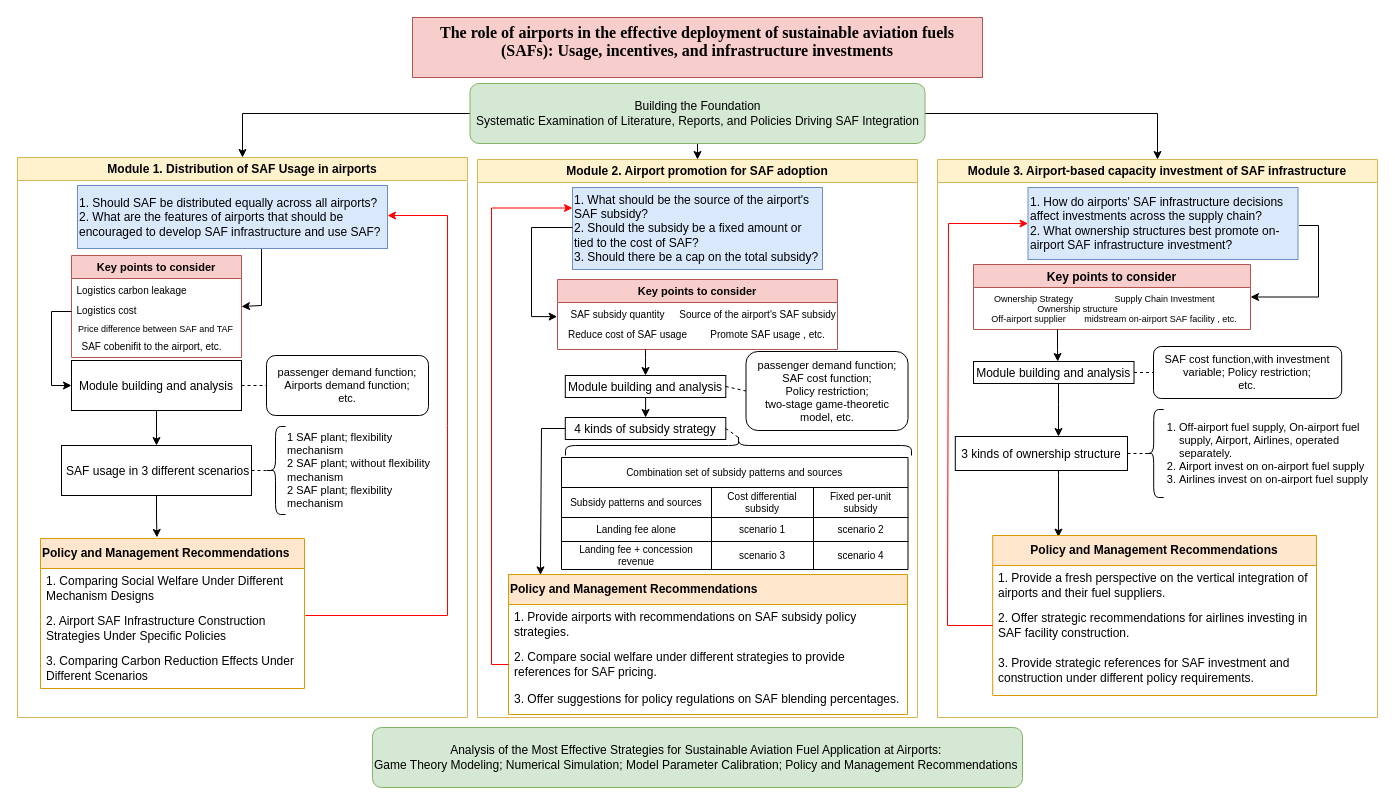
HengfeiMa95/paper-reading keeps this draw.io diagram as 技术路线图.drawio. Above is the earlier version. Source tidied: cells renumbered, new cells numbered last; positions are measured from the earlier drawing's top-left corner, leaving out a move shared by most shapes. Both pictures are drawn from the tidied source at 100%, with x=0, y=0 at pixel (17, 17).
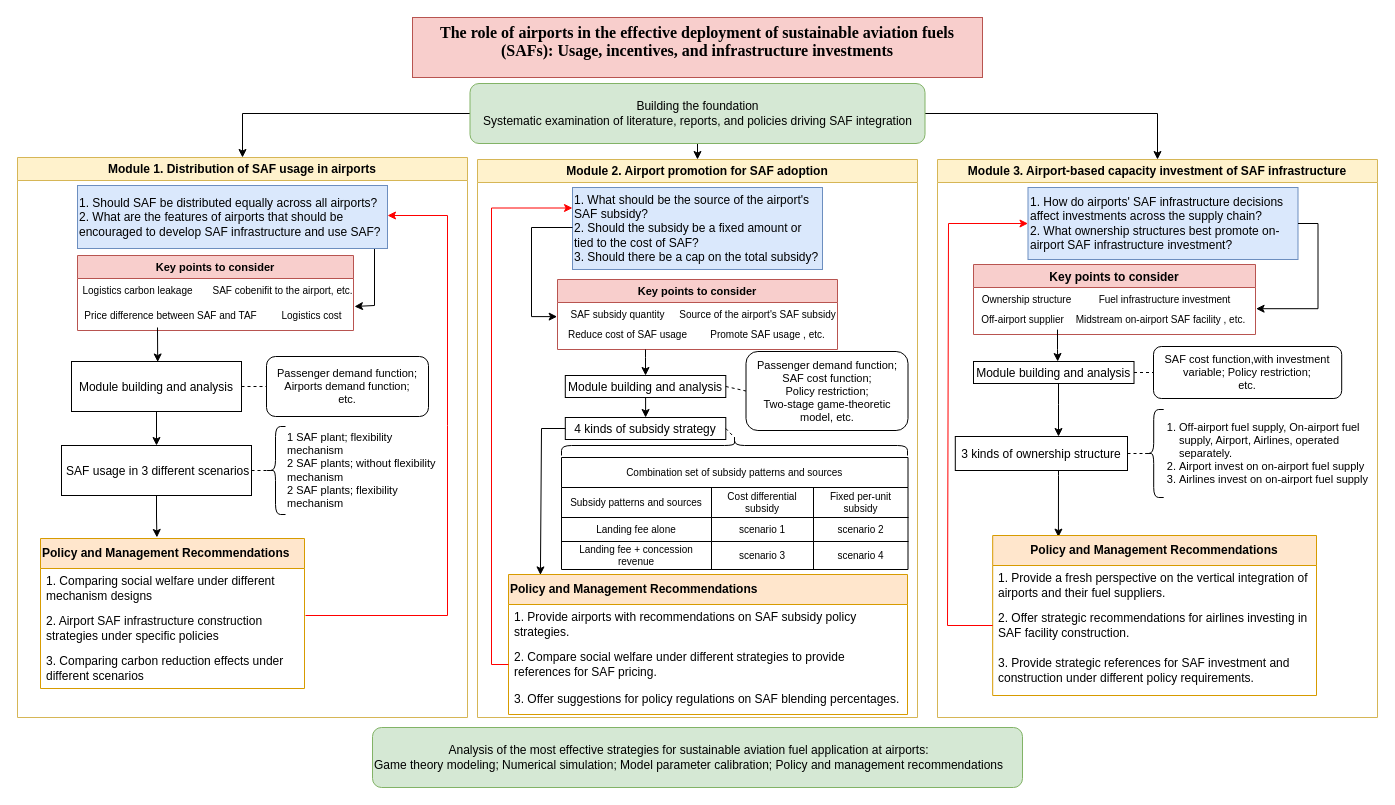
The same diagram, later.

Commit message (it also covers changes not shown here):
Update 技术路线图.drawio

The change refers to these unchanged cells:
```xml
<mxCell id="10" value="&lt;span style=&quot;font-weight: 700; text-align: -webkit-center;&quot;&gt;Policy and Management Recommendations&lt;/span&gt;" style="swimlane;fontStyle=0;horizontal=1;startSize=30;whiteSpace=wrap;html=1;align=left;verticalAlign=middle;fontFamily=Helvetica;fontSize=12;fillColor=#ffe6cc;strokeColor=#d79b00;" parent="2" vertex="1">
  <mxGeometry x="23" y="381" width="264" height="150" as="geometry" />
</mxCell>
<mxCell id="15" value="1. Should SAF be distributed equally across all airports?&amp;nbsp;&lt;div&gt;&lt;span style=&quot;background-color: initial;&quot;&gt;2. What are the features of airports that should be encouraged to develop SAF infrastructure and use SAF?&lt;/span&gt;&lt;br&gt;&lt;/div&gt;" style="text;strokeColor=#6c8ebf;fillColor=#dae8fc;html=1;whiteSpace=wrap;verticalAlign=middle;overflow=hidden;" parent="2" vertex="1">
  <mxGeometry x="60" y="28" width="310" height="63" as="geometry" />
</mxCell>
<mxCell id="25" value="Module 2. Airport promotion for SAF adoption" style="swimlane;whiteSpace=wrap;fillColor=#fff2cc;strokeColor=#d6b656;" parent="1" vertex="1">
  <mxGeometry x="460" y="142" width="440" height="558" as="geometry" />
</mxCell>
<mxCell id="60" value="Module 3. Airport-based capacity investment of SAF infrastructure" style="swimlane;whiteSpace=wrap;fillColor=#fff2cc;strokeColor=#d6b656;" parent="1" vertex="1">
  <mxGeometry x="920" y="142" width="440" height="558" as="geometry" />
</mxCell>
<mxCell id="62" value="&lt;div&gt;1. How do airports' SAF infrastructure decisions affect investments across the supply chain?&lt;/div&gt;&lt;div&gt;2. What ownership structures best promote on-airport SAF infrastructure investment?&lt;/div&gt;" style="text;strokeColor=#6c8ebf;fillColor=#dae8fc;html=1;whiteSpace=wrap;verticalAlign=middle;overflow=hidden;" parent="60" vertex="1">
  <mxGeometry x="90.5" y="28" width="270" height="72" as="geometry" />
</mxCell>
```

Diff of the diagram source:
```diff
@@
-    <mxCell id="2" value="Module 1. Distribution of SAF Usage in airports" style="swimlane;whiteSpace=wrap;fillColor=#fff2cc;strokeColor=#d6b656;" parent="1" vertex="1">
+    <mxCell id="2" value="Module 1. Distribution of SAF usage in airports" style="swimlane;whiteSpace=wrap;fillColor=#fff2cc;strokeColor=#d6b656;" parent="1" vertex="1">
       <mxGeometry y="140" width="450" height="560" as="geometry" />
     </mxCell>
@@
     <mxCell id="4" value="Module building and analysis" parent="2" vertex="1">
-      <mxGeometry x="54" y="203" width="170" height="50" as="geometry" />
+      <mxGeometry x="54" y="204" width="170" height="50" as="geometry" />
     </mxCell>
@@
-    <mxCell id="6" value="passenger demand function;&lt;div style=&quot;font-size: 11px;&quot;&gt;Airports demand function;&lt;/div&gt;&lt;div style=&quot;font-size: 11px;&quot;&gt;etc.&lt;/div&gt;" style="rounded=1;whiteSpace=wrap;html=1;fontSize=11;" parent="2" vertex="1">
-      <mxGeometry x="249" y="198" width="162" height="60" as="geometry" />
+    <mxCell id="6" value="Passenger demand function;&lt;div style=&quot;font-size: 11px;&quot;&gt;Airports demand function;&lt;/div&gt;&lt;div style=&quot;font-size: 11px;&quot;&gt;etc.&lt;/div&gt;" style="rounded=1;whiteSpace=wrap;html=1;fontSize=11;" parent="2" vertex="1">
+      <mxGeometry x="249" y="199" width="162" height="60" as="geometry" />
     </mxCell>
@@
-    <mxCell id="11" value="1. Comparing Social Welfare Under Different Mechanism Designs" style="text;strokeColor=none;fillColor=none;align=left;verticalAlign=middle;spacingLeft=4;spacingRight=4;overflow=hidden;whiteSpace=wrap;html=1;fontFamily=Helvetica;fontSize=12;fontColor=default;" parent="10" vertex="1">
+    <mxCell id="11" value="1. Comparing social welfare under different mechanism designs" style="text;strokeColor=none;fillColor=none;align=left;verticalAlign=middle;spacingLeft=4;spacingRight=4;overflow=hidden;whiteSpace=wrap;html=1;fontFamily=Helvetica;fontSize=12;fontColor=default;" parent="10" vertex="1">
       <mxGeometry y="30" width="264" height="40" as="geometry" />
     </mxCell>
-    <mxCell id="12" value="2. Airport SAF Infrastructure Construction Strategies Under Specific Policies" style="text;strokeColor=none;fillColor=none;align=left;verticalAlign=middle;spacingLeft=4;spacingRight=4;overflow=hidden;whiteSpace=wrap;html=1;fontFamily=Helvetica;fontSize=12;fontColor=default;" parent="10" vertex="1">
+    <mxCell id="12" value="2. Airport SAF infrastructure construction strategies under specific policies" style="text;strokeColor=none;fillColor=none;align=left;verticalAlign=middle;spacingLeft=4;spacingRight=4;overflow=hidden;whiteSpace=wrap;html=1;fontFamily=Helvetica;fontSize=12;fontColor=default;" parent="10" vertex="1">
       <mxGeometry y="70" width="264" height="40" as="geometry" />
     </mxCell>
-    <mxCell id="13" value="3. Comparing Carbon Reduction Effects Under Different Scenarios" style="text;strokeColor=none;fillColor=none;align=left;verticalAlign=middle;spacingLeft=4;spacingRight=4;overflow=hidden;whiteSpace=wrap;html=1;fontFamily=Helvetica;fontSize=12;fontColor=default;" parent="10" vertex="1">
+    <mxCell id="13" value="3. Comparing carbon reduction effects under different scenarios" style="text;strokeColor=none;fillColor=none;align=left;verticalAlign=middle;spacingLeft=4;spacingRight=4;overflow=hidden;whiteSpace=wrap;html=1;fontFamily=Helvetica;fontSize=12;fontColor=default;" parent="10" vertex="1">
       <mxGeometry y="110" width="264" height="40" as="geometry" />
     </mxCell>
-    <mxCell id="14" style="edgeStyle=orthogonalEdgeStyle;rounded=0;jettySize=auto;html=1;entryX=1;entryY=0.5;entryDx=0;entryDy=0;" parent="2" edge="1" source="15" target="19">
+    <mxCell id="14" style="edgeStyle=orthogonalEdgeStyle;rounded=0;orthogonalLoop=1;jettySize=auto;html=1;entryX=1;entryY=0.5;entryDx=0;entryDy=0;" parent="2" edge="1">
       <mxGeometry relative="1" as="geometry">
+        <mxPoint x="357" y="91" as="sourcePoint" />
+        <mxPoint x="337" y="149" as="targetPoint" />
         <Array as="points">
-          <mxPoint x="244" y="148" />
+          <mxPoint x="357" y="148" />
         </Array>
       </mxGeometry>
     </mxCell>
@@
-    <mxCell id="18" value="&lt;span style=&quot;background-color: initial; font-size: 11px;&quot;&gt;1 SAF plant; flexibility mechanism&amp;nbsp;&lt;/span&gt;&lt;br style=&quot;font-size: 11px;&quot;&gt;&lt;span style=&quot;background-color: initial; font-size: 11px;&quot;&gt;2 SAF plant; without flexibility mechanism&lt;/span&gt;&lt;br style=&quot;font-size: 11px;&quot;&gt;&lt;span style=&quot;background-color: initial; font-size: 11px;&quot;&gt;2 SAF plant; flexibility mechanism&lt;/span&gt;" style="text;strokeColor=none;fillColor=none;html=1;whiteSpace=wrap;verticalAlign=middle;overflow=hidden;fontSize=11;" parent="2" vertex="1">
+    <mxCell id="18" value="&lt;span style=&quot;background-color: initial; font-size: 11px;&quot;&gt;1 SAF plant; flexibility mechanism&amp;nbsp;&lt;/span&gt;&lt;br style=&quot;font-size: 11px;&quot;&gt;&lt;span style=&quot;background-color: initial; font-size: 11px;&quot;&gt;2 SAF plants; without flexibility mechanism&lt;/span&gt;&lt;br style=&quot;font-size: 11px;&quot;&gt;&lt;span style=&quot;background-color: initial; font-size: 11px;&quot;&gt;2 SAF plants; flexibility mechanism&lt;/span&gt;" style="text;strokeColor=none;fillColor=none;html=1;whiteSpace=wrap;verticalAlign=middle;overflow=hidden;fontSize=11;" parent="2" vertex="1">
       <mxGeometry x="268" y="252" width="162" height="122" as="geometry" />
     </mxCell>
     <mxCell id="19" value="Key points to consider" style="swimlane;fillColor=#f8cecc;strokeColor=#b85450;fontSize=11;" parent="2" vertex="1">
-      <mxGeometry x="54" y="98" width="170" height="102" as="geometry" />
+      <mxGeometry x="60" y="98" width="276" height="75" as="geometry" />
     </mxCell>
     <mxCell id="20" value="SAF cobenifit to the airport, etc." style="text;html=1;align=center;verticalAlign=middle;strokeColor=none;fillColor=none;fontSize=10;" parent="19" vertex="1">
-      <mxGeometry y="76" width="160" height="30" as="geometry" />
+      <mxGeometry x="125" y="20" width="160" height="30" as="geometry" />
     </mxCell>
@@
     <mxCell id="22" value="Logistics cost" style="text;html=1;align=center;verticalAlign=middle;strokeColor=none;fillColor=none;fontSize=10;" parent="19" vertex="1">
-      <mxGeometry x="-5" y="40" width="80" height="30" as="geometry" />
+      <mxGeometry x="194" y="45" width="80" height="30" as="geometry" />
     </mxCell>
-    <mxCell id="23" value="Price difference between SAF and TAF" style="text;html=1;align=center;verticalAlign=middle;strokeColor=none;fillColor=none;fontSize=9;" parent="19" vertex="1">
-      <mxGeometry x="-6" y="64" width="180" height="20" as="geometry" />
+    <mxCell id="23" value="&lt;font style=&quot;font-size: 10px;&quot;&gt;Price difference between SAF and TAF&lt;/font&gt;" style="text;html=1;align=center;verticalAlign=middle;strokeColor=none;fillColor=none;fontSize=9;" parent="19" vertex="1">
+      <mxGeometry x="-7" y="45" width="200" height="30" as="geometry" />
     </mxCell>
-    <mxCell id="24" style="edgeStyle=orthogonalEdgeStyle;rounded=0;jettySize=auto;html=1;entryX=0;entryY=0.5;entryDx=0;entryDy=0;" parent="2" edge="1" target="4">
-      <mxGeometry relative="1" as="geometry">
-        <mxPoint x="54" y="154" as="sourcePoint" />
-        <Array as="points">
-          <mxPoint x="34" y="154" />
-          <mxPoint x="34" y="228" />
-        </Array>
-      </mxGeometry>
-    </mxCell>
+    <mxCell id="90" style="edgeStyle=orthogonalEdgeStyle;rounded=0;orthogonalLoop=1;jettySize=auto;html=1;entryX=0.848;entryY=0.01;entryDx=0;entryDy=0;entryPerimeter=0;" parent="2" edge="1">
+      <mxGeometry relative="1" as="geometry">
+        <mxPoint x="140" y="170" as="sourcePoint" />
+        <mxPoint x="140.2" y="204.5" as="targetPoint" />
+      </mxGeometry>
+    </mxCell>
@@
-    <mxCell id="30" value="passenger demand function;&lt;div style=&quot;font-size: 11px;&quot;&gt;SAF cost function;&lt;/div&gt;&lt;div style=&quot;font-size: 11px;&quot;&gt;Policy restriction;&lt;/div&gt;&lt;div style=&quot;font-size: 11px;&quot;&gt;two-stage game-theoretic model,&amp;nbsp;&lt;span style=&quot;background-color: initial; font-size: 11px;&quot;&gt;etc.&lt;/span&gt;&lt;/div&gt;" style="rounded=1;whiteSpace=wrap;html=1;fontSize=11;" parent="25" vertex="1">
+    <mxCell id="30" value="Passenger demand function;&lt;div style=&quot;font-size: 11px;&quot;&gt;SAF cost function;&lt;/div&gt;&lt;div style=&quot;font-size: 11px;&quot;&gt;Policy restriction;&lt;/div&gt;&lt;div style=&quot;font-size: 11px;&quot;&gt;Two-stage game-theoretic model,&amp;nbsp;&lt;span style=&quot;background-color: initial; font-size: 11px;&quot;&gt;etc.&lt;/span&gt;&lt;/div&gt;" style="rounded=1;whiteSpace=wrap;html=1;fontSize=11;" parent="25" vertex="1">
       <mxGeometry x="268.5" y="192" width="162" height="79" as="geometry" />
     </mxCell>
@@
     <mxCell id="32" style="shape=curlyBracket;whiteSpace=wrap;html=1;rounded=1;labelPosition=left;verticalLabelPosition=middle;align=right;verticalAlign=middle;size=0.5;rotation=90;" parent="25" vertex="1">
-      <mxGeometry x="251" y="113" width="20" height="346" as="geometry" />
+      <mxGeometry x="247" y="113" width="20" height="346" as="geometry" />
     </mxCell>
@@
-    <mxCell id="61" style="edgeStyle=orthogonalEdgeStyle;rounded=0;jettySize=auto;html=1;entryX=1;entryY=0.5;entryDx=0;entryDy=0;" parent="60" edge="1" target="77">
-      <mxGeometry relative="1" as="geometry">
-        <mxPoint x="361.5" y="66" as="sourcePoint" />
-        <Array as="points">
-          <mxPoint x="381" y="66" />
-          <mxPoint x="381" y="138" />
-        </Array>
-      </mxGeometry>
-    </mxCell>
@@
     <mxCell id="77" value="Key points to consider" style="swimlane;fillColor=#f8cecc;strokeColor=#b85450;" parent="60" vertex="1">
-      <mxGeometry x="36" y="105" width="277" height="65" as="geometry" />
+      <mxGeometry x="36" y="105" width="282" height="70" as="geometry" />
     </mxCell>
-    <mxCell id="78" value="midstream on-airport SAF facility&amp;nbsp;, etc." style="text;html=1;align=center;verticalAlign=middle;points=[];strokeColor=none;fillColor=none;fontSize=9;" parent="77" vertex="1">
-      <mxGeometry x="97" y="45" width="180" height="20" as="geometry" />
+    <mxCell id="78" value="&lt;font style=&quot;font-size: 10px;&quot;&gt;Midstream on-airport SAF facility&amp;nbsp;, etc.&lt;/font&gt;" style="text;html=1;align=center;verticalAlign=middle;points=[];strokeColor=none;fillColor=none;fontSize=9;" parent="77" vertex="1">
+      <mxGeometry x="92" y="40" width="190" height="30" as="geometry" />
     </mxCell>
-    <mxCell id="79" value="Ownership Strategy" style="text;html=1;align=center;verticalAlign=middle;strokeColor=none;fillColor=none;fontSize=9;" parent="77" vertex="1">
-      <mxGeometry x="10" y="25" width="100" height="20" as="geometry" />
-    </mxCell>
-    <mxCell id="80" value="Supply Chain Investment" style="text;html=1;align=center;verticalAlign=middle;strokeColor=none;fillColor=none;fontSize=9;" parent="77" vertex="1">
-      <mxGeometry x="131" y="25" width="120" height="20" as="geometry" />
+    <mxCell id="80" value="&lt;font style=&quot;font-size: 10px;&quot;&gt;Fuel infrastructure investment&lt;/font&gt;" style="text;html=1;align=center;verticalAlign=middle;strokeColor=none;fillColor=none;fontSize=9;" parent="77" vertex="1">
+      <mxGeometry x="111" y="20" width="160" height="30" as="geometry" />
     </mxCell>
-    <mxCell id="81" value="Off-airport supplier" style="text;html=1;align=center;verticalAlign=middle;strokeColor=none;fillColor=none;fontSize=9;" parent="77" vertex="1">
-      <mxGeometry x="5" y="45" width="100" height="20" as="geometry" />
+    <mxCell id="81" value="&lt;font style=&quot;font-size: 10px;&quot;&gt;Off-airport supplier&lt;/font&gt;" style="text;html=1;align=center;verticalAlign=middle;strokeColor=none;fillColor=none;fontSize=9;" parent="77" vertex="1">
+      <mxGeometry x="-6" y="40" width="110" height="30" as="geometry" />
     </mxCell>
-    <mxCell id="82" value="Ownership structure" style="text;html=1;align=center;verticalAlign=middle;strokeColor=none;fillColor=none;fontSize=9;" parent="77" vertex="1">
-      <mxGeometry x="54" y="35" width="100" height="20" as="geometry" />
+    <mxCell id="82" value="&lt;font style=&quot;font-size: 10px;&quot;&gt;Ownership structure&lt;/font&gt;" style="text;html=1;align=center;verticalAlign=middle;strokeColor=none;fillColor=none;fontSize=9;" parent="77" vertex="1">
+      <mxGeometry x="-2" y="20" width="110" height="30" as="geometry" />
     </mxCell>
@@
+    <mxCell id="91" style="edgeStyle=orthogonalEdgeStyle;rounded=0;jettySize=auto;html=1;entryX=1.003;entryY=0.14;entryDx=0;entryDy=0;entryPerimeter=0;exitX=1;exitY=0.5;exitDx=0;exitDy=0;" parent="60" edge="1" source="62" target="78">
+      <mxGeometry relative="1" as="geometry" />
+    </mxCell>
@@
-    <mxCell id="88" value="Building the Foundation&lt;div&gt;Systematic Examination of Literature, Reports, and Policies Driving SAF Integration&lt;/div&gt;" style="rounded=1;whiteSpace=wrap;html=1;fillColor=#d5e8d4;strokeColor=#82b366;" parent="1" vertex="1">
+    <mxCell id="88" value="Building the foundation&lt;div&gt;Systematic examination of literature, reports, and policies driving SAF integration&lt;/div&gt;" style="rounded=1;whiteSpace=wrap;html=1;fillColor=#d5e8d4;strokeColor=#82b366;" parent="1" vertex="1">
       <mxGeometry x="452.5" y="66" width="455" height="60" as="geometry" />
     </mxCell>
-    <mxCell id="89" value="&lt;div style=&quot;text-align: center;&quot;&gt;Analysis of the Most Effective Strategies for Sustainable Aviation Fuel Application at Airports:&lt;/div&gt;&lt;div&gt;&lt;span style=&quot;background-color: initial;&quot;&gt;Game Theory Modeling; Numerical Simulation;&amp;nbsp;&lt;/span&gt;&lt;span style=&quot;background-color: initial;&quot;&gt;Model Parameter C&lt;/span&gt;&lt;span style=&quot;background-color: initial;&quot;&gt;alibration&lt;/span&gt;&lt;span style=&quot;background-color: initial;&quot;&gt;;&amp;nbsp;&lt;/span&gt;&lt;span style=&quot;background-color: initial;&quot;&gt;Policy and Management Recommendations&lt;/span&gt;&lt;/div&gt;" style="rounded=1;whiteSpace=wrap;html=1;align=left;verticalAlign=middle;fontFamily=Helvetica;fontSize=12;fillColor=#d5e8d4;strokeColor=#82b366;" parent="1" vertex="1">
+    <mxCell id="89" value="&lt;div style=&quot;text-align: center;&quot;&gt;Analysis of the most effective strategies for sustainable aviation fuel application at airports:&lt;/div&gt;&lt;div&gt;&lt;span style=&quot;background-color: initial;&quot;&gt;Game theory modeling; Numerical simulation;&amp;nbsp;&lt;/span&gt;&lt;span style=&quot;background-color: initial;&quot;&gt;Model parameter c&lt;/span&gt;&lt;span style=&quot;background-color: initial;&quot;&gt;alibration&lt;/span&gt;&lt;span style=&quot;background-color: initial;&quot;&gt;;&amp;nbsp;&lt;/span&gt;&lt;span style=&quot;background-color: initial;&quot;&gt;Policy and management recommendations&lt;/span&gt;&lt;/div&gt;" style="rounded=1;whiteSpace=wrap;html=1;align=left;verticalAlign=middle;fontFamily=Helvetica;fontSize=12;fillColor=#d5e8d4;strokeColor=#82b366;" parent="1" vertex="1">
       <mxGeometry x="355" y="710" width="650" height="60" as="geometry" />
     </mxCell>
```
